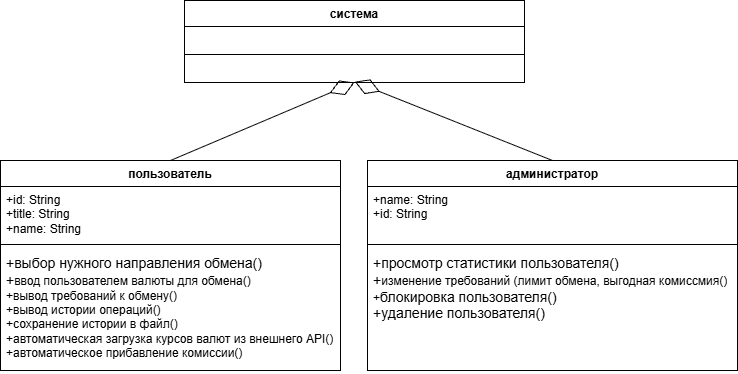
Above: Документация/Диаграмма классов.png in GromZaxar/currency-exchange (draw.io), before the change. Source tidied: cells renumbered, new cells last; positions are measured from the earlier drawing's top-left corner, leaving out a move shared by most shapes. Source of this version:
```xml
<mxGraphModel>
  <root>
    <mxCell id="0" />
    <mxCell id="1" parent="0" />
    <mxCell id="2" value="пользователь" style="swimlane;fontStyle=1;align=center;verticalAlign=top;horizontal=1;startSize=26;whiteSpace=wrap;html=1;" parent="1" vertex="1">
      <mxGeometry y="160" width="340" height="210" as="geometry" />
    </mxCell>
    <mxCell id="3" value="+id: String&lt;div&gt;+title: String&lt;br&gt;+name: String&lt;/div&gt;" style="text;strokeColor=none;fillColor=none;align=left;verticalAlign=top;spacingLeft=4;spacingRight=4;overflow=hidden;whiteSpace=wrap;html=1;" parent="2" vertex="1">
      <mxGeometry y="26" width="340" height="54" as="geometry" />
    </mxCell>
    <mxCell id="4" style="line;strokeWidth=1;fillColor=none;align=left;verticalAlign=middle;spacingTop=-1;spacingLeft=3;spacingRight=3;labelPosition=right;strokeColor=inherit;" parent="2" vertex="1">
      <mxGeometry y="80" width="340" height="8" as="geometry" />
    </mxCell>
    <mxCell id="5" value="&lt;span style=&quot;font-size: 14px; text-align: center;&quot;&gt;+выбор нужного направления обмена()&lt;/span&gt;&lt;div&gt;&lt;span style=&quot;font-size: 14px; text-align: center;&quot;&gt;+&lt;/span&gt;&lt;span style=&quot;text-align: center; background-color: transparent; color: light-dark(rgb(0, 0, 0), rgb(255, 255, 255));&quot;&gt;ввод пользователем валюты для обмена()&lt;br&gt;+&lt;/span&gt;&lt;span style=&quot;text-align: center; background-color: transparent; color: light-dark(rgb(0, 0, 0), rgb(255, 255, 255));&quot;&gt;вывод требований к обмену()&lt;br&gt;+&lt;/span&gt;&lt;span style=&quot;text-align: center; background-color: transparent; color: light-dark(rgb(0, 0, 0), rgb(255, 255, 255));&quot;&gt;вывод истории операций()&lt;br&gt;+&lt;/span&gt;&lt;span style=&quot;text-align: center; background-color: transparent; color: light-dark(rgb(0, 0, 0), rgb(255, 255, 255));&quot;&gt;сохранение истории в файл()&lt;br&gt;+&lt;/span&gt;&lt;span style=&quot;text-align: center; background-color: transparent; color: light-dark(rgb(0, 0, 0), rgb(255, 255, 255));&quot;&gt;автоматическая загрузка курсов валют из внешнего API()&lt;br&gt;+&lt;/span&gt;&lt;span style=&quot;text-align: center; background-color: transparent; color: light-dark(rgb(0, 0, 0), rgb(255, 255, 255));&quot;&gt;автоматическое прибавление комиссии()&lt;/span&gt;&lt;/div&gt;" style="text;strokeColor=none;fillColor=none;align=left;verticalAlign=top;spacingLeft=4;spacingRight=4;overflow=hidden;whiteSpace=wrap;html=1;" parent="2" vertex="1">
      <mxGeometry y="88" width="340" height="122" as="geometry" />
    </mxCell>
    <mxCell id="6" value="администратор" style="swimlane;fontStyle=1;align=center;verticalAlign=top;horizontal=1;startSize=26;whiteSpace=wrap;html=1;" parent="1" vertex="1">
      <mxGeometry x="367" y="160" width="370" height="210" as="geometry" />
    </mxCell>
    <mxCell id="7" value="+name: String&lt;div&gt;+id:&amp;nbsp;&lt;span style=&quot;background-color: transparent; color: light-dark(rgb(0, 0, 0), rgb(255, 255, 255));&quot;&gt;String&lt;/span&gt;&lt;/div&gt;" style="text;strokeColor=none;fillColor=none;align=left;verticalAlign=top;spacingLeft=4;spacingRight=4;overflow=hidden;whiteSpace=wrap;html=1;" parent="6" vertex="1">
      <mxGeometry y="26" width="370" height="54" as="geometry" />
    </mxCell>
    <mxCell id="8" style="line;strokeWidth=1;fillColor=none;align=left;verticalAlign=middle;spacingTop=-1;spacingLeft=3;spacingRight=3;labelPosition=right;strokeColor=inherit;" parent="6" vertex="1">
      <mxGeometry y="80" width="370" height="8" as="geometry" />
    </mxCell>
    <mxCell id="9" value="&lt;div style=&quot;&quot;&gt;&lt;span style=&quot;background-color: transparent; color: light-dark(rgb(0, 0, 0), rgb(255, 255, 255)); font-size: 14px;&quot;&gt;+&lt;/span&gt;&lt;span style=&quot;font-size: 14px; background-color: transparent; color: light-dark(rgb(0, 0, 0), rgb(255, 255, 255));&quot;&gt;просмотр статистики пользователя()&lt;br&gt;+&lt;/span&gt;&lt;span style=&quot;background-color: transparent; color: light-dark(rgb(0, 0, 0), rgb(255, 255, 255));&quot;&gt;изменение требований (лимит обмена, выгодная комиссмия()&lt;br&gt;+&lt;/span&gt;&lt;span style=&quot;font-size: 14px; text-align: center; background-color: transparent; color: light-dark(rgb(0, 0, 0), rgb(255, 255, 255));&quot;&gt;блокировка пользователя()&lt;br&gt;+&lt;/span&gt;&lt;span style=&quot;font-size: 14px; text-align: center; background-color: transparent; color: light-dark(rgb(0, 0, 0), rgb(255, 255, 255));&quot;&gt;удаление пользователя()&lt;/span&gt;&lt;/div&gt;" style="text;strokeColor=none;fillColor=none;align=left;verticalAlign=top;spacingLeft=4;spacingRight=4;overflow=hidden;whiteSpace=wrap;html=1;" parent="6" vertex="1">
      <mxGeometry y="88" width="370" height="122" as="geometry" />
    </mxCell>
    <mxCell id="10" value="система" style="swimlane;fontStyle=1;align=center;verticalAlign=top;horizontal=1;startSize=26;whiteSpace=wrap;html=1;" parent="1" vertex="1">
      <mxGeometry x="184" width="340" height="82" as="geometry" />
    </mxCell>
    <mxCell id="11" value="&amp;nbsp;" style="text;strokeColor=none;fillColor=none;align=left;verticalAlign=top;spacingLeft=4;spacingRight=4;overflow=hidden;whiteSpace=wrap;html=1;" parent="10" vertex="1">
      <mxGeometry y="26" width="340" height="24" as="geometry" />
    </mxCell>
    <mxCell id="12" style="line;strokeWidth=1;fillColor=none;align=left;verticalAlign=middle;spacingTop=-1;spacingLeft=3;spacingRight=3;labelPosition=right;strokeColor=inherit;" parent="10" vertex="1">
      <mxGeometry y="50" width="340" height="8" as="geometry" />
    </mxCell>
    <mxCell id="13" value="&lt;div style=&quot;text-align: center;&quot;&gt;&lt;span style=&quot;background-color: transparent; color: light-dark(rgb(0, 0, 0), rgb(255, 255, 255)); font-size: 14px;&quot;&gt;&amp;nbsp;&lt;/span&gt;&lt;/div&gt;" style="text;strokeColor=none;fillColor=none;align=left;verticalAlign=top;spacingLeft=4;spacingRight=4;overflow=hidden;points=[[0,0.5],[1,0.5]];portConstraint=eastwest;whiteSpace=wrap;html=1;" parent="10" vertex="1">
      <mxGeometry y="58" width="340" height="24" as="geometry" />
    </mxCell>
    <mxCell id="14" style="endArrow=diamondThin;endFill=0;endSize=24;html=1;rounded=0;exitX=0.5;exitY=0;exitDx=0;exitDy=0;entryX=0.5;entryY=1;entryDx=0;entryDy=0;" parent="1" edge="1" source="2" target="10">
      <mxGeometry relative="1" as="geometry" />
    </mxCell>
    <mxCell id="15" style="endArrow=diamondThin;endFill=0;endSize=24;html=1;rounded=0;exitX=0.5;exitY=0;exitDx=0;exitDy=0;entryX=0.501;entryY=0.967;entryDx=0;entryDy=0;entryPerimeter=0;" parent="1" edge="1" source="6" target="13">
      <mxGeometry relative="1" as="geometry" />
    </mxCell>
  </root>
</mxGraphModel>
```
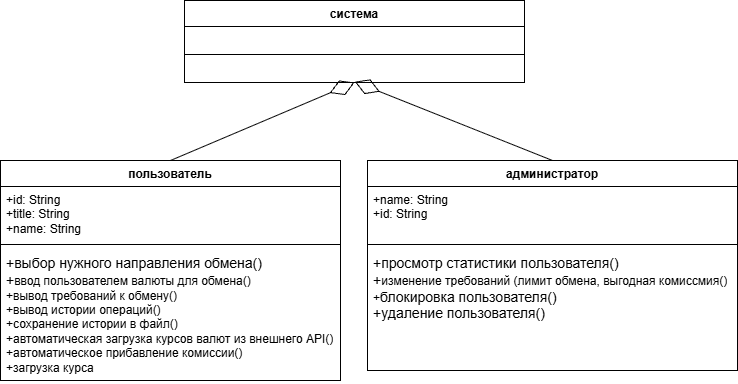
Later version of the same file.

What changed in the source:
```diff
@@ -3,7 +3,7 @@
     <mxCell id="0" />
     <mxCell id="1" parent="0" />
     <mxCell id="2" value="пользователь" style="swimlane;fontStyle=1;align=center;verticalAlign=top;horizontal=1;startSize=26;whiteSpace=wrap;html=1;" parent="1" vertex="1">
-      <mxGeometry y="160" width="340" height="210" as="geometry" />
+      <mxGeometry y="160" width="340" height="220" as="geometry" />
     </mxCell>
     <mxCell id="3" value="+id: String&lt;div&gt;+title: String&lt;br&gt;+name: String&lt;/div&gt;" style="text;strokeColor=none;fillColor=none;align=left;verticalAlign=top;spacingLeft=4;spacingRight=4;overflow=hidden;whiteSpace=wrap;html=1;" parent="2" vertex="1">
       <mxGeometry y="26" width="340" height="54" as="geometry" />
@@ -11,8 +11,8 @@
     <mxCell id="4" style="line;strokeWidth=1;fillColor=none;align=left;verticalAlign=middle;spacingTop=-1;spacingLeft=3;spacingRight=3;labelPosition=right;strokeColor=inherit;" parent="2" vertex="1">
       <mxGeometry y="80" width="340" height="8" as="geometry" />
     </mxCell>
-    <mxCell id="5" value="&lt;span style=&quot;font-size: 14px; text-align: center;&quot;&gt;+выбор нужного направления обмена()&lt;/span&gt;&lt;div&gt;&lt;span style=&quot;font-size: 14px; text-align: center;&quot;&gt;+&lt;/span&gt;&lt;span style=&quot;text-align: center; background-color: transparent; color: light-dark(rgb(0, 0, 0), rgb(255, 255, 255));&quot;&gt;ввод пользователем валюты для обмена()&lt;br&gt;+&lt;/span&gt;&lt;span style=&quot;text-align: center; background-color: transparent; color: light-dark(rgb(0, 0, 0), rgb(255, 255, 255));&quot;&gt;вывод требований к обмену()&lt;br&gt;+&lt;/span&gt;&lt;span style=&quot;text-align: center; background-color: transparent; color: light-dark(rgb(0, 0, 0), rgb(255, 255, 255));&quot;&gt;вывод истории операций()&lt;br&gt;+&lt;/span&gt;&lt;span style=&quot;text-align: center; background-color: transparent; color: light-dark(rgb(0, 0, 0), rgb(255, 255, 255));&quot;&gt;сохранение истории в файл()&lt;br&gt;+&lt;/span&gt;&lt;span style=&quot;text-align: center; background-color: transparent; color: light-dark(rgb(0, 0, 0), rgb(255, 255, 255));&quot;&gt;автоматическая загрузка курсов валют из внешнего API()&lt;br&gt;+&lt;/span&gt;&lt;span style=&quot;text-align: center; background-color: transparent; color: light-dark(rgb(0, 0, 0), rgb(255, 255, 255));&quot;&gt;автоматическое прибавление комиссии()&lt;/span&gt;&lt;/div&gt;" style="text;strokeColor=none;fillColor=none;align=left;verticalAlign=top;spacingLeft=4;spacingRight=4;overflow=hidden;whiteSpace=wrap;html=1;" parent="2" vertex="1">
-      <mxGeometry y="88" width="340" height="122" as="geometry" />
+    <mxCell id="5" value="&lt;span style=&quot;font-size: 14px; text-align: center;&quot;&gt;+выбор нужного направления обмена()&lt;/span&gt;&lt;div&gt;&lt;span style=&quot;font-size: 14px; text-align: center;&quot;&gt;+&lt;/span&gt;&lt;span style=&quot;text-align: center; background-color: transparent; color: light-dark(rgb(0, 0, 0), rgb(255, 255, 255));&quot;&gt;ввод пользователем валюты для обмена()&lt;br&gt;+&lt;/span&gt;&lt;span style=&quot;text-align: center; background-color: transparent; color: light-dark(rgb(0, 0, 0), rgb(255, 255, 255));&quot;&gt;вывод требований к обмену()&lt;br&gt;+&lt;/span&gt;&lt;span style=&quot;text-align: center; background-color: transparent; color: light-dark(rgb(0, 0, 0), rgb(255, 255, 255));&quot;&gt;вывод истории операций()&lt;br&gt;+&lt;/span&gt;&lt;span style=&quot;text-align: center; background-color: transparent; color: light-dark(rgb(0, 0, 0), rgb(255, 255, 255));&quot;&gt;сохранение истории в файл()&lt;br&gt;+&lt;/span&gt;&lt;span style=&quot;text-align: center; background-color: transparent; color: light-dark(rgb(0, 0, 0), rgb(255, 255, 255));&quot;&gt;автоматическая загрузка курсов валют из внешнего API()&lt;br&gt;+&lt;/span&gt;&lt;span style=&quot;text-align: center; background-color: transparent; color: light-dark(rgb(0, 0, 0), rgb(255, 255, 255));&quot;&gt;автоматическое прибавление комиссии()&lt;br&gt;+загрузка курса&lt;/span&gt;&lt;/div&gt;" style="text;strokeColor=none;fillColor=none;align=left;verticalAlign=top;spacingLeft=4;spacingRight=4;overflow=hidden;whiteSpace=wrap;html=1;" parent="2" vertex="1">
+      <mxGeometry y="88" width="340" height="132" as="geometry" />
     </mxCell>
     <mxCell id="6" value="администратор" style="swimlane;fontStyle=1;align=center;verticalAlign=top;horizontal=1;startSize=26;whiteSpace=wrap;html=1;" parent="1" vertex="1">
       <mxGeometry x="367" y="160" width="370" height="210" as="geometry" />
```
